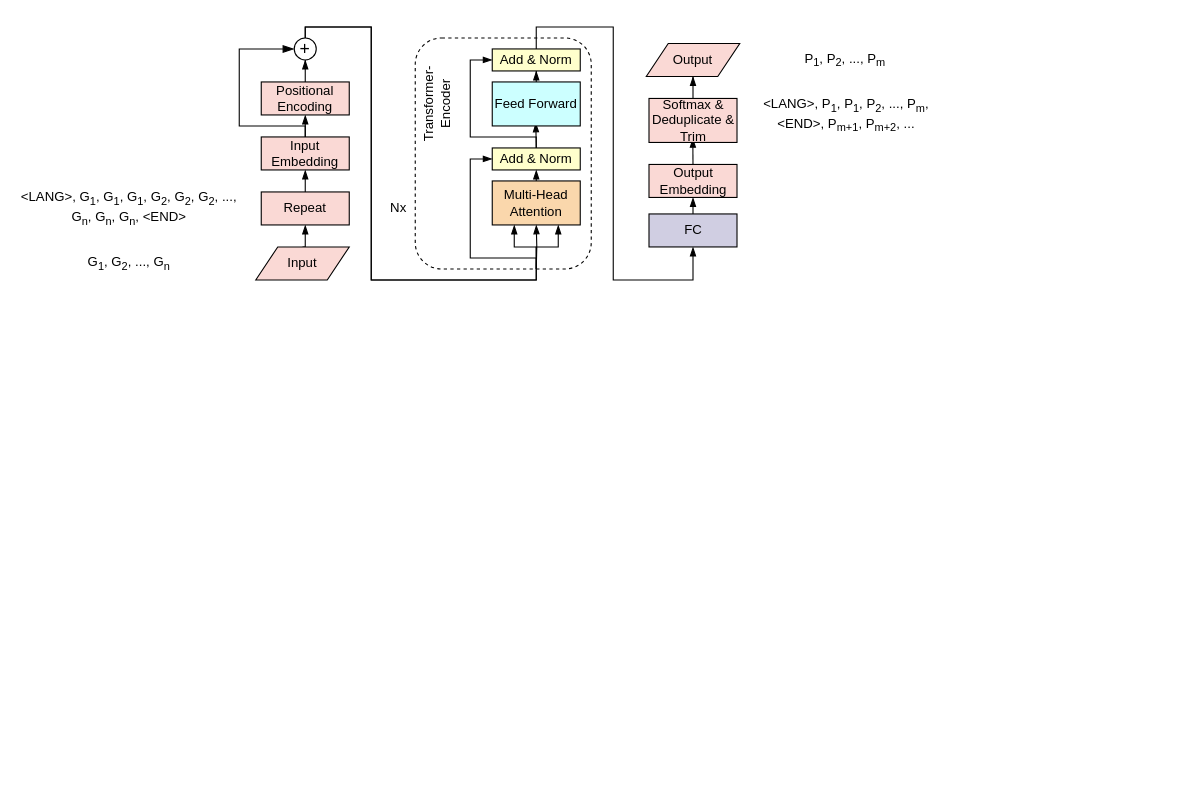
Before: 200_Grpaheme_to_Phoneme/202_G2P_Model/Transformer_LTS.drawio in jzmzhong/TTS_Front_End, a draw.io diagram. Source tidied: cells renumbered, new cells numbered last; positions are measured from the earlier drawing's top-left corner, leaving out a move shared by most shapes. Both pictures are drawn from the tidied source at 110%, with x=0, y=0 at pixel (19, 26).
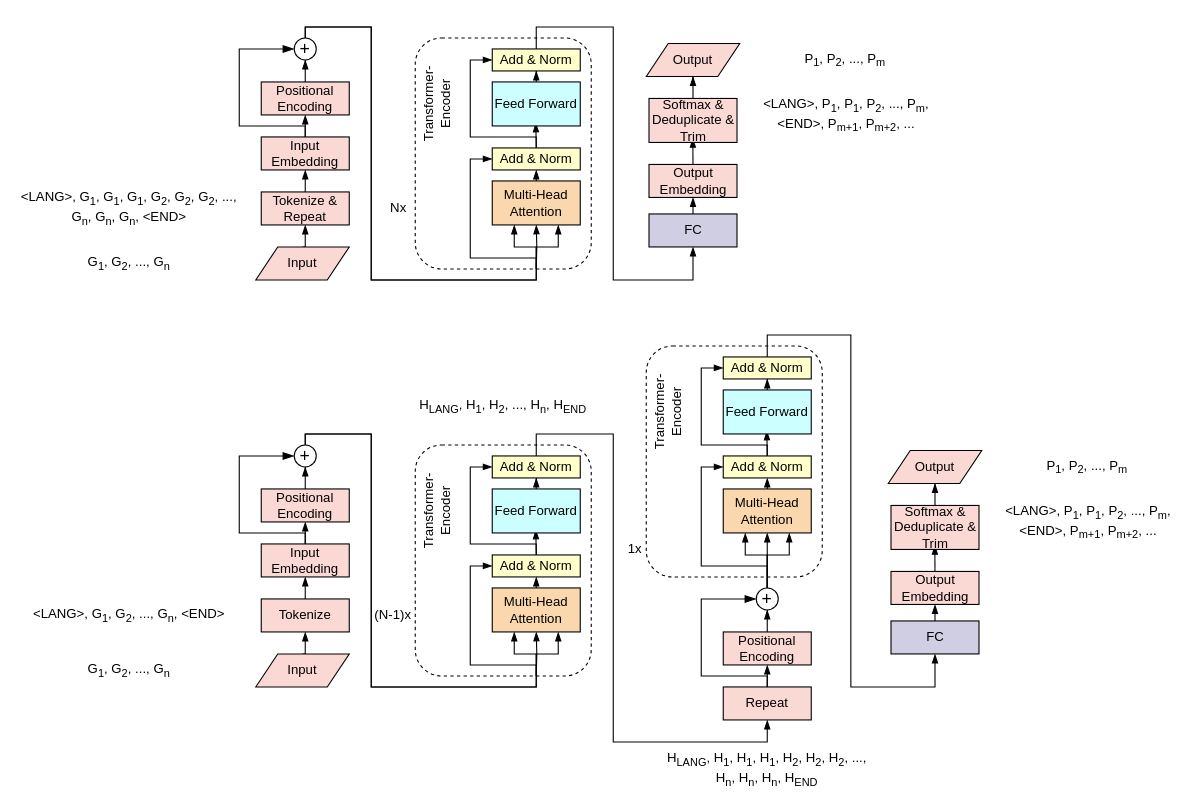
Above is the later version.

What changed in the source:
```diff
@@
-    <mxCell id="31" value="Repeat" style="whiteSpace=wrap;align=center;verticalAlign=middle;fontStyle=0;strokeWidth=1;fillColor=#fad9d5;strokeColor=#000000;" parent="1" vertex="1">
+    <mxCell id="31" value="Tokenize &amp; Repeat" style="whiteSpace=wrap;align=center;verticalAlign=middle;fontStyle=0;strokeWidth=1;fillColor=#fad9d5;strokeColor=#000000;" parent="1" vertex="1">
       <mxGeometry x="220" y="150" width="80" height="30" as="geometry" />
     </mxCell>
@@
+    <mxCell id="39" style="rounded=1;whiteSpace=wrap;html=1;strokeWidth=1;fontSize=16;fillColor=none;fontStyle=0;dashed=1;" parent="1" vertex="1">
+      <mxGeometry x="360" y="380" width="160" height="210" as="geometry" />
+    </mxCell>
+    <mxCell id="40" style="edgeStyle=orthogonalEdgeStyle;rounded=0;jettySize=auto;html=1;exitX=0.5;exitY=0;exitDx=0;exitDy=0;strokeWidth=1;fontSize=20;entryX=0.495;entryY=0.93;entryDx=0;entryDy=0;entryPerimeter=0;endArrow=blockThin;endFill=1;fontStyle=0;" parent="1" edge="1" source="42" target="58">
+      <mxGeometry relative="1" as="geometry" />
+    </mxCell>
+    <mxCell id="41" style="edgeStyle=orthogonalEdgeStyle;rounded=0;jettySize=auto;html=1;exitX=0.5;exitY=0;exitDx=0;exitDy=0;entryX=0;entryY=0.5;entryDx=0;entryDy=0;strokeWidth=1;fontSize=20;endArrow=blockThin;endFill=1;fontStyle=0;" parent="1" edge="1" source="42" target="60">
+      <mxGeometry relative="1" as="geometry">
+        <Array as="points">
+          <mxPoint x="470" y="470" />
+          <mxPoint x="410" y="470" />
+          <mxPoint x="410" y="400" />
+        </Array>
+      </mxGeometry>
+    </mxCell>
+    <mxCell id="42" value="Add &amp; Norm" style="whiteSpace=wrap;align=center;verticalAlign=middle;fontStyle=0;strokeWidth=1;fillColor=#FFFFCC;" parent="1" vertex="1">
+      <mxGeometry x="430" y="480" width="80" height="20" as="geometry" />
+    </mxCell>
+    <mxCell id="43" style="edgeStyle=orthogonalEdgeStyle;rounded=0;jettySize=auto;html=1;exitX=0.5;exitY=0;exitDx=0;exitDy=0;entryX=0.5;entryY=1;entryDx=0;entryDy=0;strokeWidth=1;endArrow=blockThin;endFill=1;fontStyle=0;" parent="1" edge="1" source="44" target="42">
+      <mxGeometry relative="1" as="geometry" />
+    </mxCell>
+    <mxCell id="44" value="Multi-Head Attention" style="whiteSpace=wrap;align=center;verticalAlign=middle;fontStyle=0;strokeWidth=1;fillColor=#fad7ac;strokeColor=#000000;" parent="1" vertex="1">
+      <mxGeometry x="430" y="510" width="80" height="40" as="geometry" />
+    </mxCell>
+    <mxCell id="45" style="edgeStyle=orthogonalEdgeStyle;rounded=0;jettySize=auto;html=1;exitX=0.5;exitY=0;exitDx=0;exitDy=0;entryX=0.5;entryY=1;entryDx=0;entryDy=0;fontSize=20;strokeWidth=1;endArrow=blockThin;endFill=1;fontStyle=0;" parent="1" edge="1" source="46" target="53">
+      <mxGeometry relative="1" as="geometry" />
+    </mxCell>
+    <mxCell id="46" value="Input Embedding" style="whiteSpace=wrap;align=center;verticalAlign=middle;fontStyle=0;strokeWidth=1;fillColor=#fad9d5;strokeColor=#000000;" parent="1" vertex="1">
+      <mxGeometry x="220" y="470" width="80" height="30" as="geometry" />
+    </mxCell>
+    <mxCell id="47" style="edgeStyle=orthogonalEdgeStyle;rounded=0;jettySize=auto;html=1;exitX=0.5;exitY=0;exitDx=0;exitDy=0;strokeWidth=1;fontSize=20;endArrow=blockThin;endFill=1;fontStyle=0;" parent="1" edge="1" target="44">
+      <mxGeometry relative="1" as="geometry">
+        <mxPoint x="470" y="590" as="sourcePoint" />
+      </mxGeometry>
+    </mxCell>
+    <mxCell id="48" style="edgeStyle=orthogonalEdgeStyle;rounded=0;jettySize=auto;html=1;exitX=0.5;exitY=0;exitDx=0;exitDy=0;entryX=0.75;entryY=1;entryDx=0;entryDy=0;strokeWidth=1;fontSize=20;endArrow=blockThin;endFill=1;fontStyle=0;" parent="1" edge="1" target="44">
+      <mxGeometry relative="1" as="geometry">
+        <mxPoint x="470" y="590" as="sourcePoint" />
+        <Array as="points">
+          <mxPoint x="470" y="570" />
+          <mxPoint x="490" y="570" />
+        </Array>
+      </mxGeometry>
+    </mxCell>
+    <mxCell id="49" style="edgeStyle=orthogonalEdgeStyle;rounded=0;jettySize=auto;html=1;exitX=0.5;exitY=0;exitDx=0;exitDy=0;entryX=0.25;entryY=1;entryDx=0;entryDy=0;strokeWidth=1;fontSize=20;endArrow=blockThin;endFill=1;fontStyle=0;" parent="1" edge="1" source="51" target="44">
+      <mxGeometry relative="1" as="geometry">
+        <Array as="points">
+          <mxPoint x="260" y="370" />
+          <mxPoint x="320" y="370" />
+          <mxPoint x="320" y="600" />
+          <mxPoint x="470" y="600" />
+          <mxPoint x="470" y="570" />
+          <mxPoint x="450" y="570" />
+        </Array>
+      </mxGeometry>
+    </mxCell>
+    <mxCell id="50" style="edgeStyle=orthogonalEdgeStyle;rounded=0;jettySize=auto;html=1;exitX=0.5;exitY=0;exitDx=0;exitDy=0;entryX=0;entryY=0.5;entryDx=0;entryDy=0;strokeWidth=1;fontSize=20;endArrow=blockThin;endFill=1;fontStyle=0;" parent="1" edge="1" source="51" target="42">
+      <mxGeometry relative="1" as="geometry">
+        <Array as="points">
+          <mxPoint x="260" y="370" />
+          <mxPoint x="320" y="370" />
+          <mxPoint x="320" y="600" />
+          <mxPoint x="470" y="600" />
+          <mxPoint x="470" y="580" />
+          <mxPoint x="410" y="580" />
+          <mxPoint x="410" y="490" />
+        </Array>
+      </mxGeometry>
+    </mxCell>
+    <mxCell id="51" value="&lt;font style=&quot;font-size: 16px;&quot;&gt;+&lt;/font&gt;" style="ellipse;whiteSpace=wrap;html=1;strokeColor=#000000;strokeWidth=1;fontStyle=0;" parent="1" vertex="1">
+      <mxGeometry x="250" y="380" width="20" height="20" as="geometry" />
+    </mxCell>
+    <mxCell id="52" style="edgeStyle=orthogonalEdgeStyle;rounded=0;jettySize=auto;html=1;exitX=0.5;exitY=0;exitDx=0;exitDy=0;fontSize=20;strokeWidth=1;endArrow=blockThin;endFill=1;fontStyle=0;" parent="1" edge="1" source="53" target="51">
+      <mxGeometry relative="1" as="geometry" />
+    </mxCell>
+    <mxCell id="53" value="Positional Encoding" style="whiteSpace=wrap;align=center;verticalAlign=middle;fontStyle=0;strokeWidth=1;fillColor=#fad9d5;strokeColor=#000000;" parent="1" vertex="1">
+      <mxGeometry x="220" y="420" width="80" height="30" as="geometry" />
+    </mxCell>
+    <mxCell id="54" style="edgeStyle=segmentEdgeStyle;endArrow=blockThin;html=1;curved=0;rounded=0;endSize=8;startSize=8;fontSize=20;exitX=0.5;exitY=0;exitDx=0;exitDy=0;entryX=0;entryY=0.5;entryDx=0;entryDy=0;strokeWidth=1;endFill=1;fontStyle=0;" parent="1" edge="1" source="46" target="51">
+      <mxGeometry relative="1" as="geometry">
+        <Array as="points">
+          <mxPoint x="260" y="460" />
+          <mxPoint x="200" y="460" />
+          <mxPoint x="200" y="390" />
+        </Array>
+      </mxGeometry>
+    </mxCell>
+    <mxCell id="55" style="edgeStyle=orthogonalEdgeStyle;rounded=0;jettySize=auto;html=1;exitX=0.5;exitY=0;exitDx=0;exitDy=0;entryX=0.498;entryY=0.906;entryDx=0;entryDy=0;entryPerimeter=0;strokeWidth=1;fontSize=12;endArrow=blockThin;endFill=1;" parent="1" edge="1" source="56" target="72">
+      <mxGeometry relative="1" as="geometry" />
+    </mxCell>
+    <mxCell id="56" value="Output Embedding" style="whiteSpace=wrap;align=center;verticalAlign=middle;fontStyle=0;strokeWidth=1;fillColor=#fad9d5;strokeColor=#000000;" parent="1" vertex="1">
+      <mxGeometry x="792.5" y="495" width="80" height="30" as="geometry" />
+    </mxCell>
+    <mxCell id="57" style="edgeStyle=orthogonalEdgeStyle;rounded=0;jettySize=auto;html=1;exitX=0.5;exitY=0;exitDx=0;exitDy=0;strokeWidth=1;fontSize=20;endArrow=blockThin;endFill=1;fontStyle=0;" parent="1" edge="1" source="58" target="60">
+      <mxGeometry relative="1" as="geometry" />
+    </mxCell>
+    <mxCell id="58" value="Feed Forward" style="whiteSpace=wrap;align=center;verticalAlign=middle;fontStyle=0;strokeWidth=1;fillColor=#CCFFFF;" parent="1" vertex="1">
+      <mxGeometry x="430" y="420" width="80" height="40" as="geometry" />
+    </mxCell>
+    <mxCell id="59" style="edgeStyle=orthogonalEdgeStyle;rounded=0;jettySize=auto;html=1;exitX=0.5;exitY=0;exitDx=0;exitDy=0;strokeWidth=1;fontSize=12;endArrow=blockThin;endFill=1;entryX=0.5;entryY=1;entryDx=0;entryDy=0;" parent="1" edge="1" source="60" target="91">
+      <mxGeometry relative="1" as="geometry">
+        <Array as="points">
+          <mxPoint x="470" y="370" />
+          <mxPoint x="540" y="370" />
+          <mxPoint x="540" y="650" />
+          <mxPoint x="680" y="650" />
+        </Array>
+      </mxGeometry>
+    </mxCell>
+    <mxCell id="60" value="Add &amp; Norm" style="whiteSpace=wrap;align=center;verticalAlign=middle;fontStyle=0;strokeWidth=1;fillColor=#FFFFCC;" parent="1" vertex="1">
+      <mxGeometry x="430" y="390" width="80" height="20" as="geometry" />
+    </mxCell>
+    <mxCell id="61" value="Transformer-Encoder" style="text;html=1;strokeColor=none;fillColor=none;align=center;verticalAlign=middle;whiteSpace=wrap;rounded=0;fontSize=12;horizontal=0;fontStyle=0;" parent="1" vertex="1">
+      <mxGeometry x="350" y="425" width="60" height="30" as="geometry" />
+    </mxCell>
+    <mxCell id="62" value="(N-1)x" style="text;html=1;strokeColor=none;fillColor=none;align=center;verticalAlign=middle;whiteSpace=wrap;rounded=0;fontSize=12;fontStyle=0;" parent="1" vertex="1">
+      <mxGeometry x="320" y="520" width="40" height="30" as="geometry" />
+    </mxCell>
+    <mxCell id="63" style="edgeStyle=orthogonalEdgeStyle;rounded=0;jettySize=auto;html=1;exitX=0.5;exitY=0;exitDx=0;exitDy=0;entryX=0.5;entryY=1;entryDx=0;entryDy=0;strokeWidth=1;fontSize=12;endArrow=blockThin;endFill=1;fontStyle=0;" parent="1" edge="1" source="64" target="56">
+      <mxGeometry relative="1" as="geometry" />
+    </mxCell>
+    <mxCell id="64" value="FC" style="whiteSpace=wrap;align=center;verticalAlign=middle;fontStyle=0;strokeWidth=1;fillColor=#d0cee2;strokeColor=#000000;" parent="1" vertex="1">
+      <mxGeometry x="792.5" y="540" width="80" height="30" as="geometry" />
+    </mxCell>
+    <mxCell id="65" style="edgeStyle=orthogonalEdgeStyle;rounded=0;jettySize=auto;html=1;exitX=0.5;exitY=0;exitDx=0;exitDy=0;entryX=0.5;entryY=1;entryDx=0;entryDy=0;strokeWidth=1;fontSize=12;endArrow=blockThin;endFill=1;" parent="1" edge="1" source="66" target="68">
+      <mxGeometry relative="1" as="geometry" />
+    </mxCell>
+    <mxCell id="66" value="Input" style="shape=parallelogram;perimeter=parallelogramPerimeter;whiteSpace=wrap;html=1;fixedSize=1;strokeColor=#000000;strokeWidth=1;fontSize=12;fillColor=#fad9d5;fontStyle=0;" parent="1" vertex="1">
+      <mxGeometry x="215" y="570" width="85" height="30" as="geometry" />
+    </mxCell>
+    <mxCell id="67" style="edgeStyle=orthogonalEdgeStyle;rounded=0;jettySize=auto;html=1;exitX=0.5;exitY=0;exitDx=0;exitDy=0;entryX=0.5;entryY=1;entryDx=0;entryDy=0;strokeWidth=1;fontSize=12;endArrow=blockThin;endFill=1;" parent="1" edge="1" source="68" target="46">
+      <mxGeometry relative="1" as="geometry" />
+    </mxCell>
+    <mxCell id="68" value="Tokenize" style="whiteSpace=wrap;align=center;verticalAlign=middle;fontStyle=0;strokeWidth=1;fillColor=#fad9d5;strokeColor=#000000;" parent="1" vertex="1">
+      <mxGeometry x="220" y="520" width="80" height="30" as="geometry" />
+    </mxCell>
+    <mxCell id="69" value="G&lt;sub style=&quot;border-color: var(--border-color);&quot;&gt;1&lt;/sub&gt;, G&lt;sub style=&quot;border-color: var(--border-color);&quot;&gt;2&lt;/sub&gt;, ..., G&lt;sub style=&quot;border-color: var(--border-color);&quot;&gt;n&lt;/sub&gt;" style="text;html=1;strokeColor=none;fillColor=none;align=center;verticalAlign=middle;whiteSpace=wrap;rounded=0;fontSize=12;" parent="1" vertex="1">
+      <mxGeometry x="55" y="570" width="90" height="30" as="geometry" />
+    </mxCell>
+    <mxCell id="70" value="&amp;lt;LANG&amp;gt;, G&lt;sub style=&quot;border-color: var(--border-color);&quot;&gt;1&lt;/sub&gt;, G&lt;sub style=&quot;border-color: var(--border-color);&quot;&gt;2&lt;/sub&gt;,&amp;nbsp;..., G&lt;sub style=&quot;border-color: var(--border-color);&quot;&gt;n&lt;/sub&gt;,&amp;nbsp;&amp;lt;END&amp;gt;" style="text;html=1;strokeColor=none;fillColor=none;align=center;verticalAlign=middle;whiteSpace=wrap;rounded=0;fontSize=12;" parent="1" vertex="1">
+      <mxGeometry y="520" width="200" height="30" as="geometry" />
+    </mxCell>
+    <mxCell id="71" style="edgeStyle=orthogonalEdgeStyle;rounded=0;jettySize=auto;html=1;exitX=0.5;exitY=0;exitDx=0;exitDy=0;strokeWidth=1;fontSize=12;endArrow=blockThin;endFill=1;" parent="1" edge="1" source="72" target="73">
+      <mxGeometry relative="1" as="geometry" />
+    </mxCell>
+    <mxCell id="72" value="Softmax &amp; Deduplicate &amp; Trim" style="whiteSpace=wrap;align=center;verticalAlign=middle;fontStyle=0;strokeWidth=1;fillColor=#fad9d5;strokeColor=#000000;" parent="1" vertex="1">
+      <mxGeometry x="792.5" y="435" width="80" height="40" as="geometry" />
+    </mxCell>
+    <mxCell id="73" value="Output" style="shape=parallelogram;perimeter=parallelogramPerimeter;whiteSpace=wrap;html=1;fixedSize=1;strokeColor=#000000;strokeWidth=1;fontSize=12;fillColor=#fad9d5;fontStyle=0;" parent="1" vertex="1">
+      <mxGeometry x="790" y="385" width="85" height="30" as="geometry" />
+    </mxCell>
+    <mxCell id="74" value="P&lt;sub style=&quot;border-color: var(--border-color);&quot;&gt;1&lt;/sub&gt;, P&lt;sub style=&quot;border-color: var(--border-color);&quot;&gt;2&lt;/sub&gt;, ..., P&lt;sub style=&quot;border-color: var(--border-color);&quot;&gt;m&lt;/sub&gt;" style="text;html=1;strokeColor=none;fillColor=none;align=center;verticalAlign=middle;whiteSpace=wrap;rounded=0;fontSize=12;" parent="1" vertex="1">
+      <mxGeometry x="926.2" y="385" width="90" height="30" as="geometry" />
+    </mxCell>
+    <mxCell id="75" value="&amp;lt;LANG&amp;gt;, P&lt;sub style=&quot;border-color: var(--border-color);&quot;&gt;1&lt;/sub&gt;, P&lt;sub style=&quot;border-color: var(--border-color);&quot;&gt;1&lt;/sub&gt;,&amp;nbsp;P&lt;sub style=&quot;border-color: var(--border-color);&quot;&gt;2&lt;/sub&gt;, ..., P&lt;sub style=&quot;border-color: var(--border-color);&quot;&gt;m&lt;/sub&gt;, &amp;lt;END&amp;gt;, P&lt;sub&gt;m+1&lt;/sub&gt;, P&lt;sub&gt;m+2&lt;/sub&gt;, ..." style="text;html=1;strokeColor=none;fillColor=none;align=center;verticalAlign=middle;whiteSpace=wrap;rounded=0;fontSize=12;" parent="1" vertex="1">
+      <mxGeometry x="892.5" y="435" width="157.5" height="30" as="geometry" />
+    </mxCell>
+    <mxCell id="76" style="rounded=1;whiteSpace=wrap;html=1;strokeWidth=1;fontSize=16;fillColor=none;fontStyle=0;dashed=1;" parent="1" vertex="1">
+      <mxGeometry x="570" y="290" width="160" height="210" as="geometry" />
+    </mxCell>
+    <mxCell id="77" style="edgeStyle=orthogonalEdgeStyle;rounded=0;jettySize=auto;html=1;exitX=0.5;exitY=0;exitDx=0;exitDy=0;strokeWidth=1;fontSize=20;entryX=0.495;entryY=0.93;entryDx=0;entryDy=0;entryPerimeter=0;endArrow=blockThin;endFill=1;fontStyle=0;" parent="1" edge="1" source="79" target="85">
+      <mxGeometry relative="1" as="geometry" />
+    </mxCell>
+    <mxCell id="78" style="edgeStyle=orthogonalEdgeStyle;rounded=0;jettySize=auto;html=1;exitX=0.5;exitY=0;exitDx=0;exitDy=0;entryX=0;entryY=0.5;entryDx=0;entryDy=0;strokeWidth=1;fontSize=20;endArrow=blockThin;endFill=1;fontStyle=0;" parent="1" edge="1" source="79" target="87">
+      <mxGeometry relative="1" as="geometry">
+        <Array as="points">
+          <mxPoint x="680" y="380" />
+          <mxPoint x="620" y="380" />
+          <mxPoint x="620" y="310" />
+        </Array>
+      </mxGeometry>
+    </mxCell>
+    <mxCell id="79" value="Add &amp; Norm" style="whiteSpace=wrap;align=center;verticalAlign=middle;fontStyle=0;strokeWidth=1;fillColor=#FFFFCC;" parent="1" vertex="1">
+      <mxGeometry x="640" y="390" width="80" height="20" as="geometry" />
+    </mxCell>
+    <mxCell id="80" style="edgeStyle=orthogonalEdgeStyle;rounded=0;jettySize=auto;html=1;exitX=0.5;exitY=0;exitDx=0;exitDy=0;entryX=0.5;entryY=1;entryDx=0;entryDy=0;strokeWidth=1;endArrow=blockThin;endFill=1;fontStyle=0;" parent="1" edge="1" source="81" target="79">
+      <mxGeometry relative="1" as="geometry" />
+    </mxCell>
+    <mxCell id="81" value="Multi-Head Attention" style="whiteSpace=wrap;align=center;verticalAlign=middle;fontStyle=0;strokeWidth=1;fillColor=#fad7ac;strokeColor=#000000;" parent="1" vertex="1">
+      <mxGeometry x="640" y="420" width="80" height="40" as="geometry" />
+    </mxCell>
+    <mxCell id="82" style="edgeStyle=orthogonalEdgeStyle;rounded=0;jettySize=auto;html=1;exitX=0.5;exitY=0;exitDx=0;exitDy=0;strokeWidth=1;fontSize=20;endArrow=blockThin;endFill=1;fontStyle=0;" parent="1" edge="1" source="94" target="81">
+      <mxGeometry relative="1" as="geometry" />
+    </mxCell>
+    <mxCell id="83" style="edgeStyle=orthogonalEdgeStyle;rounded=0;jettySize=auto;html=1;exitX=0.5;exitY=0;exitDx=0;exitDy=0;entryX=0.75;entryY=1;entryDx=0;entryDy=0;strokeWidth=1;fontSize=20;endArrow=blockThin;endFill=1;fontStyle=0;" parent="1" edge="1" source="94" target="81">
+      <mxGeometry relative="1" as="geometry">
+        <Array as="points">
+          <mxPoint x="680" y="480" />
+          <mxPoint x="700" y="480" />
+        </Array>
+      </mxGeometry>
+    </mxCell>
+    <mxCell id="84" style="edgeStyle=orthogonalEdgeStyle;rounded=0;jettySize=auto;html=1;exitX=0.5;exitY=0;exitDx=0;exitDy=0;strokeWidth=1;fontSize=20;endArrow=blockThin;endFill=1;fontStyle=0;" parent="1" edge="1" source="85" target="87">
+      <mxGeometry relative="1" as="geometry" />
+    </mxCell>
+    <mxCell id="85" value="Feed Forward" style="whiteSpace=wrap;align=center;verticalAlign=middle;fontStyle=0;strokeWidth=1;fillColor=#CCFFFF;" parent="1" vertex="1">
+      <mxGeometry x="640" y="330" width="80" height="40" as="geometry" />
+    </mxCell>
+    <mxCell id="86" style="edgeStyle=orthogonalEdgeStyle;rounded=0;jettySize=auto;html=1;exitX=0.5;exitY=0;exitDx=0;exitDy=0;entryX=0.5;entryY=1;entryDx=0;entryDy=0;strokeWidth=1;fontSize=12;endArrow=blockThin;endFill=1;" parent="1" edge="1" source="87" target="64">
+      <mxGeometry relative="1" as="geometry">
+        <Array as="points">
+          <mxPoint x="680" y="280" />
+          <mxPoint x="756" y="280" />
+          <mxPoint x="756" y="600" />
+          <mxPoint x="832" y="600" />
+        </Array>
+      </mxGeometry>
+    </mxCell>
+    <mxCell id="87" value="Add &amp; Norm" style="whiteSpace=wrap;align=center;verticalAlign=middle;fontStyle=0;strokeWidth=1;fillColor=#FFFFCC;" parent="1" vertex="1">
+      <mxGeometry x="640" y="300" width="80" height="20" as="geometry" />
+    </mxCell>
+    <mxCell id="88" value="Transformer-Encoder" style="text;html=1;strokeColor=none;fillColor=none;align=center;verticalAlign=middle;whiteSpace=wrap;rounded=0;fontSize=12;horizontal=0;fontStyle=0;" parent="1" vertex="1">
+      <mxGeometry x="560" y="335" width="60" height="30" as="geometry" />
+    </mxCell>
+    <mxCell id="89" value="1x" style="text;html=1;strokeColor=none;fillColor=none;align=center;verticalAlign=middle;whiteSpace=wrap;rounded=0;fontSize=12;fontStyle=0;" parent="1" vertex="1">
+      <mxGeometry x="550" y="460" width="20" height="30" as="geometry" />
+    </mxCell>
+    <mxCell id="90" style="edgeStyle=orthogonalEdgeStyle;rounded=0;jettySize=auto;html=1;exitX=0.5;exitY=0;exitDx=0;exitDy=0;entryX=0.5;entryY=1;entryDx=0;entryDy=0;fontSize=20;strokeWidth=1;endArrow=blockThin;endFill=1;fontStyle=0;" parent="1" edge="1" source="91" target="96">
+      <mxGeometry relative="1" as="geometry" />
+    </mxCell>
+    <mxCell id="91" value="Repeat" style="whiteSpace=wrap;align=center;verticalAlign=middle;fontStyle=0;strokeWidth=1;fillColor=#fad9d5;strokeColor=#000000;" parent="1" vertex="1">
+      <mxGeometry x="640" y="600" width="80" height="30" as="geometry" />
+    </mxCell>
+    <mxCell id="92" style="edgeStyle=orthogonalEdgeStyle;rounded=0;jettySize=auto;html=1;exitX=0.5;exitY=0;exitDx=0;exitDy=0;entryX=0.25;entryY=1;entryDx=0;entryDy=0;strokeWidth=1;fontSize=12;endArrow=blockThin;endFill=1;" parent="1" edge="1" source="94" target="81">
+      <mxGeometry relative="1" as="geometry">
+        <Array as="points">
+          <mxPoint x="680" y="480" />
+          <mxPoint x="660" y="480" />
+        </Array>
+      </mxGeometry>
+    </mxCell>
+    <mxCell id="93" style="edgeStyle=orthogonalEdgeStyle;rounded=0;jettySize=auto;html=1;exitX=0.5;exitY=0;exitDx=0;exitDy=0;entryX=0;entryY=0.5;entryDx=0;entryDy=0;strokeWidth=1;fontSize=12;endArrow=blockThin;endFill=1;" parent="1" edge="1" source="94" target="79">
+      <mxGeometry relative="1" as="geometry">
+        <Array as="points">
+          <mxPoint x="680" y="490" />
+          <mxPoint x="620" y="490" />
+          <mxPoint x="620" y="400" />
+        </Array>
+      </mxGeometry>
+    </mxCell>
+    <mxCell id="94" value="&lt;font style=&quot;font-size: 16px;&quot;&gt;+&lt;/font&gt;" style="ellipse;whiteSpace=wrap;html=1;strokeColor=#000000;strokeWidth=1;fontStyle=0;" parent="1" vertex="1">
+      <mxGeometry x="670" y="510" width="20" height="20" as="geometry" />
+    </mxCell>
+    <mxCell id="95" style="edgeStyle=orthogonalEdgeStyle;rounded=0;jettySize=auto;html=1;exitX=0.5;exitY=0;exitDx=0;exitDy=0;fontSize=20;strokeWidth=1;endArrow=blockThin;endFill=1;fontStyle=0;" parent="1" edge="1" source="96" target="94">
+      <mxGeometry relative="1" as="geometry" />
+    </mxCell>
+    <mxCell id="96" value="Positional Encoding" style="whiteSpace=wrap;align=center;verticalAlign=middle;fontStyle=0;strokeWidth=1;fillColor=#fad9d5;strokeColor=#000000;" parent="1" vertex="1">
+      <mxGeometry x="640" y="550" width="80" height="30" as="geometry" />
+    </mxCell>
+    <mxCell id="97" style="edgeStyle=segmentEdgeStyle;endArrow=blockThin;html=1;curved=0;rounded=0;endSize=8;startSize=8;fontSize=20;exitX=0.5;exitY=0;exitDx=0;exitDy=0;entryX=0;entryY=0.5;entryDx=0;entryDy=0;strokeWidth=1;endFill=1;fontStyle=0;" parent="1" edge="1" source="91" target="94">
+      <mxGeometry relative="1" as="geometry">
+        <Array as="points">
+          <mxPoint x="680" y="590" />
+          <mxPoint x="620" y="590" />
+          <mxPoint x="620" y="520" />
+        </Array>
+      </mxGeometry>
+    </mxCell>
+    <mxCell id="98" value="H&lt;sub&gt;LANG&lt;/sub&gt;, H&lt;sub style=&quot;border-color: var(--border-color);&quot;&gt;1&lt;/sub&gt;, H&lt;sub style=&quot;border-color: var(--border-color);&quot;&gt;1&lt;/sub&gt;, H&lt;sub style=&quot;border-color: var(--border-color);&quot;&gt;1&lt;/sub&gt;, H&lt;sub style=&quot;border-color: var(--border-color);&quot;&gt;2&lt;/sub&gt;, H&lt;sub style=&quot;border-color: var(--border-color);&quot;&gt;2&lt;/sub&gt;, H&lt;sub style=&quot;border-color: var(--border-color);&quot;&gt;2&lt;/sub&gt;,&amp;nbsp;..., H&lt;sub style=&quot;border-color: var(--border-color);&quot;&gt;n&lt;/sub&gt;, H&lt;sub style=&quot;border-color: var(--border-color);&quot;&gt;n&lt;/sub&gt;, H&lt;sub style=&quot;border-color: var(--border-color);&quot;&gt;n&lt;/sub&gt;, H&lt;sub&gt;END&lt;/sub&gt;" style="text;html=1;strokeColor=none;fillColor=none;align=center;verticalAlign=middle;whiteSpace=wrap;rounded=0;fontSize=12;" parent="1" vertex="1">
+      <mxGeometry x="580" y="660" width="200" height="30" as="geometry" />
+    </mxCell>
+    <mxCell id="99" value="H&lt;sub&gt;LANG&lt;/sub&gt;, H&lt;sub style=&quot;border-color: var(--border-color);&quot;&gt;1&lt;/sub&gt;, H&lt;sub style=&quot;border-color: var(--border-color);&quot;&gt;2&lt;/sub&gt;,&amp;nbsp;..., H&lt;sub style=&quot;border-color: var(--border-color);&quot;&gt;n&lt;/sub&gt;, H&lt;sub&gt;END&lt;/sub&gt;" style="text;html=1;strokeColor=none;fillColor=none;align=center;verticalAlign=middle;whiteSpace=wrap;rounded=0;fontSize=12;" parent="1" vertex="1">
+      <mxGeometry x="340" y="330" width="200" height="30" as="geometry" />
+    </mxCell>
```
